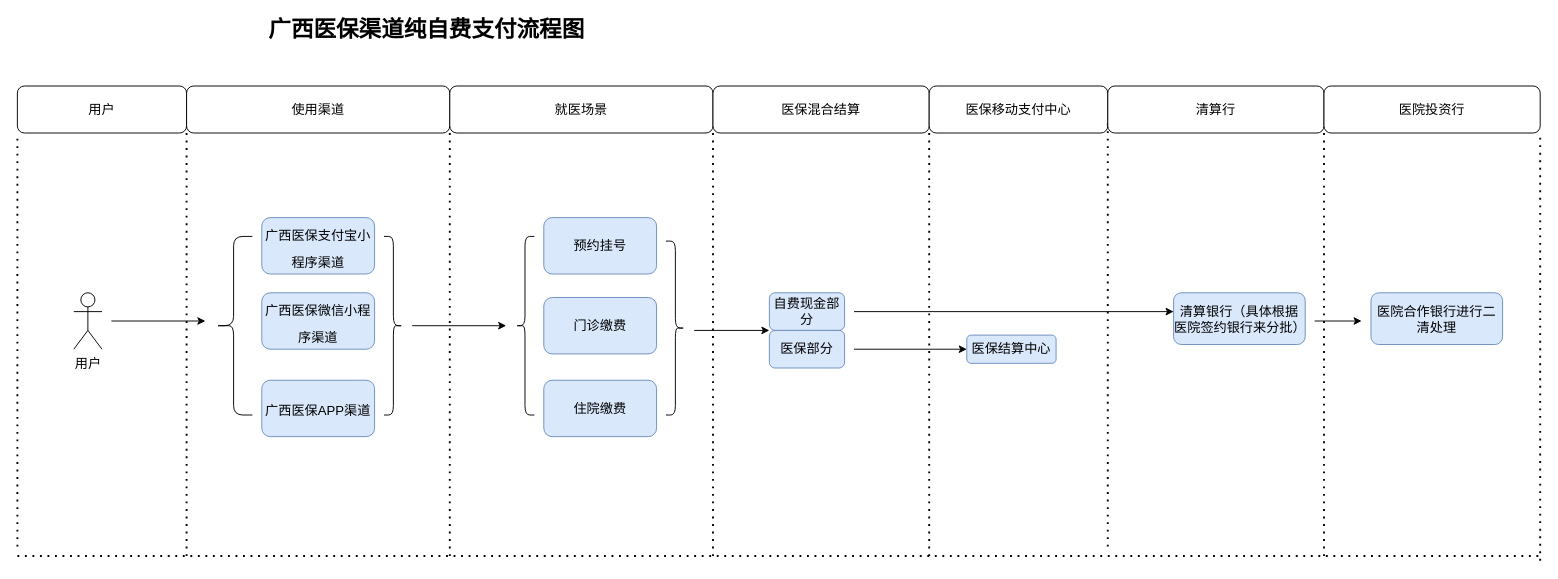
Before: scis-master/Untitled Diagram.drawio in yangyutf/Springscxx, a draw.io diagram. Source tidied: cells renumbered, new cells numbered last; positions are measured from the earlier drawing's top-left corner, leaving out a move shared by most shapes. Both pictures are drawn from the tidied source at 94%, with x=0, y=0 at pixel (17, 20).
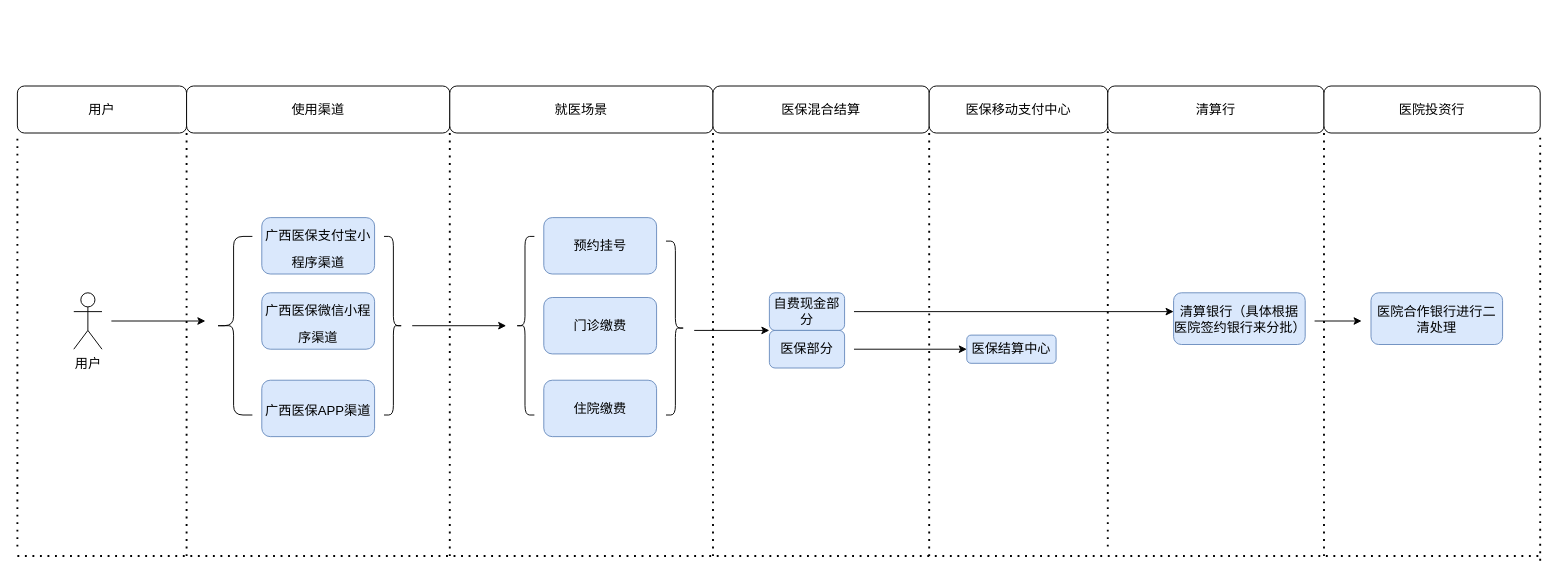
The same page after the edit.

The edit, as a diff of the source:
```diff
@@
-    <mxCell id="2" value="&lt;font style=&quot;font-size: 24px;&quot;&gt;&lt;b style=&quot;&quot;&gt;广西医保渠道纯自费支付流程图&lt;/b&gt;&lt;/font&gt;" style="text;html=1;align=center;verticalAlign=middle;strokeColor=none;fillColor=none;" parent="1" vertex="1">
-      <mxGeometry x="260" width="350" height="20" as="geometry" />
-    </mxCell>
```
